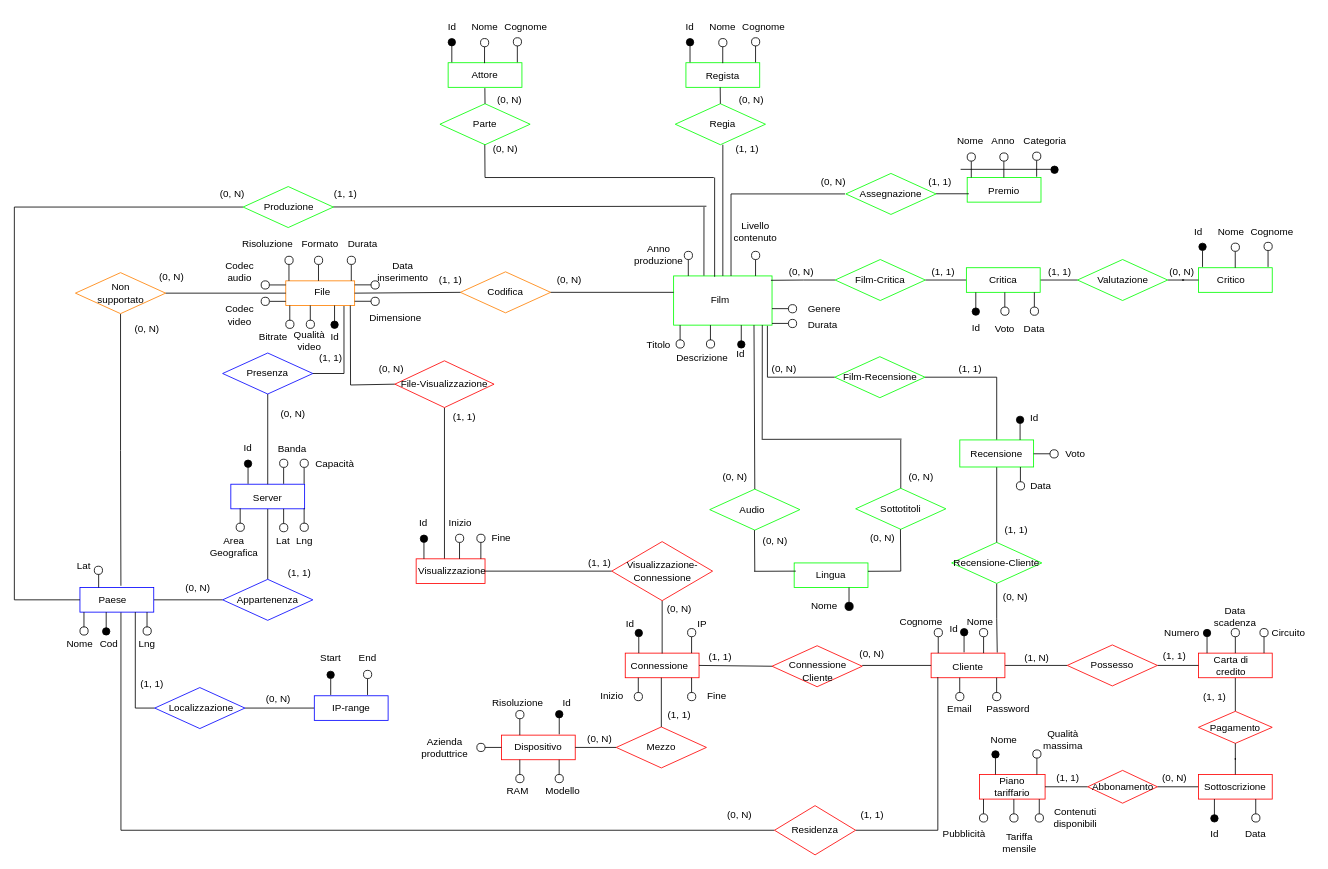
The draw.io diagram ER_ristr.drawio in gcairone/progettodb, before the edit. Source tidied: cells renumbered, new cells numbered last; positions are measured from the earlier drawing's top-left corner, leaving out a move shared by most shapes. Both pictures are drawn from the tidied source at 82%, with x=0, y=0 at pixel (14, 14).
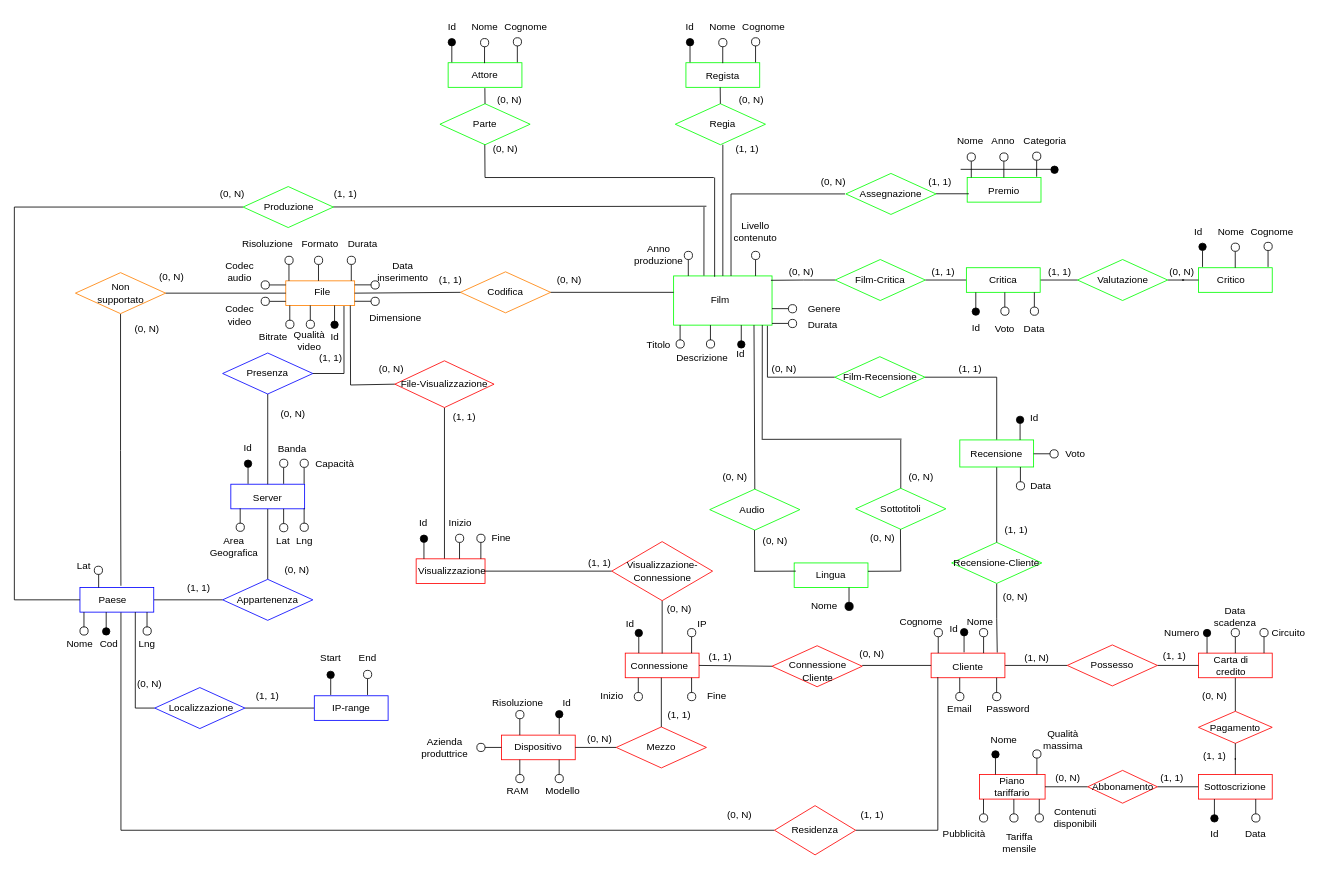
The same page after the edit.

What changed in the source:
```diff
@@
     <mxCell id="114" value="(0, N)" style="text;html=1;strokeColor=none;fillColor=none;align=center;verticalAlign=middle;whiteSpace=wrap;rounded=0;" parent="1" vertex="1">
-      <mxGeometry x="194" y="685" width="60" height="30" as="geometry" />
+      <mxGeometry x="315" y="663" width="60" height="30" as="geometry" />
     </mxCell>
     <mxCell id="115" value="(1, 1)" style="text;html=1;strokeColor=none;fillColor=none;align=center;verticalAlign=middle;whiteSpace=wrap;rounded=0;" parent="1" vertex="1">
-      <mxGeometry x="318" y="666" width="60" height="30" as="geometry" />
+      <mxGeometry x="195" y="685" width="60" height="30" as="geometry" />
     </mxCell>
@@
     <mxCell id="140" value="(1, 1)" style="text;html=1;strokeColor=none;fillColor=none;align=center;verticalAlign=middle;whiteSpace=wrap;rounded=0;" parent="1" vertex="1">
-      <mxGeometry x="138.2" y="802" width="60" height="30" as="geometry" />
+      <mxGeometry x="279" y="817" width="60" height="30" as="geometry" />
     </mxCell>
     <mxCell id="141" value="(0, N)" style="text;html=1;strokeColor=none;fillColor=none;align=center;verticalAlign=middle;whiteSpace=wrap;rounded=0;" parent="1" vertex="1">
-      <mxGeometry x="291.8" y="820" width="60" height="30" as="geometry" />
+      <mxGeometry x="135" y="802" width="60" height="30" as="geometry" />
     </mxCell>
@@
     <mxCell id="156" value="(1, 1)" style="text;html=1;strokeColor=none;fillColor=none;align=center;verticalAlign=middle;whiteSpace=wrap;rounded=0;" parent="1" vertex="1">
-      <mxGeometry x="1255" y="917" width="60" height="30" as="geometry" />
+      <mxGeometry x="1381.5" y="917" width="60" height="30" as="geometry" />
     </mxCell>
     <mxCell id="157" value="(1, 1)" style="text;html=1;strokeColor=none;fillColor=none;align=center;verticalAlign=middle;whiteSpace=wrap;rounded=0;" parent="1" vertex="1">
-      <mxGeometry x="1434" y="818" width="60" height="30" as="geometry" />
+      <mxGeometry x="1433.5" y="889" width="60" height="30" as="geometry" />
     </mxCell>
     <mxCell id="158" value="(0, N)" style="text;html=1;strokeColor=none;fillColor=none;align=center;verticalAlign=middle;whiteSpace=wrap;rounded=0;" parent="1" vertex="1">
-      <mxGeometry x="1384.5" y="917" width="60" height="30" as="geometry" />
+      <mxGeometry x="1434" y="817" width="60" height="30" as="geometry" />
     </mxCell>
@@
+    <mxCell id="406" value="(0, N)" style="text;html=1;strokeColor=none;fillColor=none;align=center;verticalAlign=middle;whiteSpace=wrap;rounded=0;" parent="1" vertex="1">
+      <mxGeometry x="1255" y="917" width="60" height="30" as="geometry" />
+    </mxCell>
```
